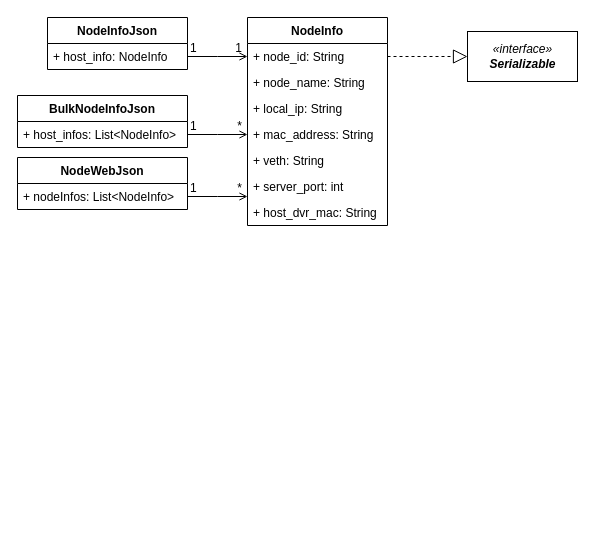
The draw.io diagram node.drawio in cj-chung/diagrams, before the edit. Source tidied: cells renumbered, new cells numbered last; positions are measured from the earlier drawing's top-left corner, leaving out a move shared by most shapes. Both pictures are drawn from the tidied source at 100%, with x=0, y=0 at pixel (17, -18).
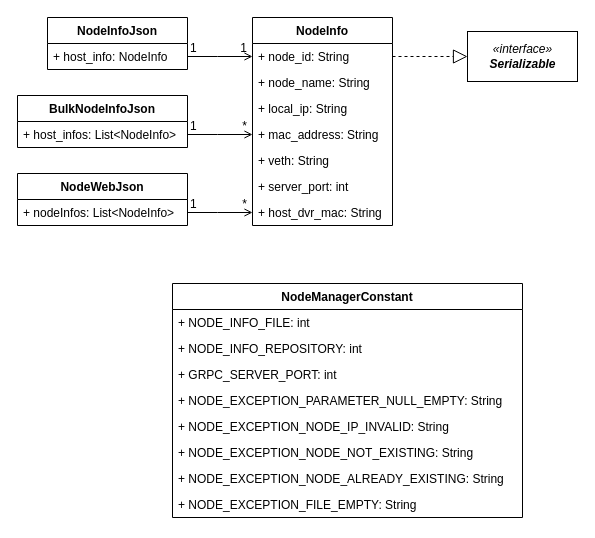
The same page after the edit.

The change refers to these unchanged cells:
```xml
<mxCell id="9" value="+ host_dvr_mac: String" style="text;strokeColor=none;fillColor=none;align=left;verticalAlign=top;spacingLeft=4;spacingRight=4;overflow=hidden;points=[[0,0.5],[1,0.5]];portConstraint=eastwest;" parent="2" vertex="1">
  <mxGeometry y="182" width="140" height="26" as="geometry" />
</mxCell>
<mxCell id="23" value="+ nodeInfos: List&lt;NodeInfo&gt;" style="text;strokeColor=none;fillColor=none;align=left;verticalAlign=top;spacingLeft=4;spacingRight=4;overflow=hidden;points=[[0,0.5],[1,0.5]];portConstraint=eastwest;" parent="22" vertex="1">
  <mxGeometry y="26" width="170" height="26" as="geometry" />
</mxCell>
```

Diff of the diagram source:
```diff
@@
     <mxCell id="2" value="NodeInfo" style="swimlane;fontStyle=1;horizontal=1;startSize=26;fillColor=none;" parent="1" vertex="1">
-      <mxGeometry x="230" y="35" width="140" height="208" as="geometry" />
+      <mxGeometry x="235" y="35" width="140" height="208" as="geometry" />
     </mxCell>
@@
     <mxCell id="22" value="NodeWebJson" style="swimlane;fontStyle=1;horizontal=1;startSize=26;fillColor=none;" parent="1" vertex="1">
-      <mxGeometry y="175" width="170" height="52" as="geometry" />
+      <mxGeometry y="191" width="170" height="52" as="geometry" />
     </mxCell>
@@
-    <mxCell id="24" style="endArrow=open;shadow=0;strokeWidth=1;rounded=0;endFill=1;edgeStyle=elbowEdgeStyle;elbow=vertical;" parent="1" edge="1" source="23">
+    <mxCell id="24" style="endArrow=open;shadow=0;strokeWidth=1;rounded=0;endFill=1;edgeStyle=elbowEdgeStyle;elbow=vertical;" parent="1" edge="1" source="23" target="9">
       <mxGeometry x="0.5" y="41" relative="1" as="geometry">
-        <mxPoint x="230" y="214" as="targetPoint" />
         <Array as="points">
-          <mxPoint x="200" y="214" />
-          <mxPoint x="190" y="235" />
-          <mxPoint x="210" y="214" />
-          <mxPoint x="200" y="194" />
-          <mxPoint x="220" y="140" />
+          <mxPoint x="200" y="230" />
+          <mxPoint x="190" y="251" />
+          <mxPoint x="210" y="230" />
+          <mxPoint x="200" y="210" />
+          <mxPoint x="220" y="156" />
         </Array>
         <mxPoint x="-40" y="32" as="offset" />
       </mxGeometry>
     </mxCell>
@@
+    <mxCell id="27" value="NodeManagerConstant" style="swimlane;fontStyle=1;horizontal=1;startSize=26;fillColor=none;" parent="1" vertex="1">
+      <mxGeometry x="155" y="301" width="350" height="234" as="geometry" />
+    </mxCell>
+    <mxCell id="28" value="+ NODE_INFO_FILE: int" style="text;strokeColor=none;fillColor=none;align=left;verticalAlign=top;spacingLeft=4;spacingRight=4;overflow=hidden;" parent="27" vertex="1">
+      <mxGeometry y="26" width="350" height="26" as="geometry" />
+    </mxCell>
+    <mxCell id="29" value="+ NODE_INFO_REPOSITORY: int" style="text;strokeColor=none;fillColor=none;align=left;verticalAlign=top;spacingLeft=4;spacingRight=4;overflow=hidden;" parent="27" vertex="1">
+      <mxGeometry y="52" width="350" height="26" as="geometry" />
+    </mxCell>
+    <mxCell id="30" value="+ GRPC_SERVER_PORT: int" style="text;strokeColor=none;fillColor=none;align=left;verticalAlign=top;spacingLeft=4;spacingRight=4;overflow=hidden;" parent="27" vertex="1">
+      <mxGeometry y="78" width="350" height="26" as="geometry" />
+    </mxCell>
+    <mxCell id="31" value="+ NODE_EXCEPTION_PARAMETER_NULL_EMPTY: String" style="text;strokeColor=none;fillColor=none;align=left;verticalAlign=top;spacingLeft=4;spacingRight=4;overflow=hidden;" parent="27" vertex="1">
+      <mxGeometry y="104" width="350" height="26" as="geometry" />
+    </mxCell>
+    <mxCell id="32" value="+ NODE_EXCEPTION_NODE_IP_INVALID: String" style="text;strokeColor=none;fillColor=none;align=left;verticalAlign=top;spacingLeft=4;spacingRight=4;overflow=hidden;" parent="27" vertex="1">
+      <mxGeometry y="130" width="350" height="26" as="geometry" />
+    </mxCell>
+    <mxCell id="33" value="+ NODE_EXCEPTION_NODE_NOT_EXISTING: String" style="text;strokeColor=none;fillColor=none;align=left;verticalAlign=top;spacingLeft=4;spacingRight=4;overflow=hidden;" parent="27" vertex="1">
+      <mxGeometry y="156" width="350" height="26" as="geometry" />
+    </mxCell>
+    <mxCell id="34" value="+ NODE_EXCEPTION_NODE_ALREADY_EXISTING: String" style="text;strokeColor=none;fillColor=none;align=left;verticalAlign=top;spacingLeft=4;spacingRight=4;overflow=hidden;" parent="27" vertex="1">
+      <mxGeometry y="182" width="350" height="26" as="geometry" />
+    </mxCell>
+    <mxCell id="35" value="+ NODE_EXCEPTION_FILE_EMPTY: String" style="text;strokeColor=none;fillColor=none;align=left;verticalAlign=top;spacingLeft=4;spacingRight=4;overflow=hidden;" parent="27" vertex="1">
+      <mxGeometry y="208" width="350" height="26" as="geometry" />
+    </mxCell>
```
